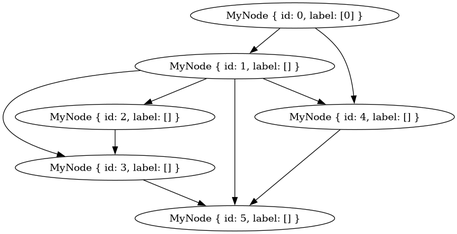
Earlier version of the Graphviz export dag_out.png (beiduqiu/CPOS-parallel-execution). Its source is kept beside it as dag_out.dot.
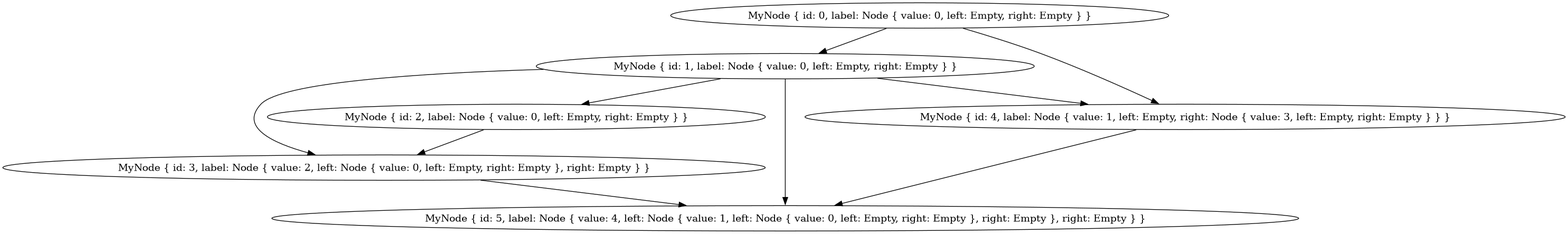
The same diagram one commit later.

Commit message:
Finish generate topological sort order with label and update label to be a binary tree

Diff of the diagram source:
```diff
@@ -1,10 +1,10 @@
 digraph {
-    0 [ label = "MyNode { id: 0, label: [0] }" ]
-    1 [ label = "MyNode { id: 1, label: [] }" ]
-    2 [ label = "MyNode { id: 2, label: [] }" ]
-    3 [ label = "MyNode { id: 3, label: [] }" ]
-    4 [ label = "MyNode { id: 4, label: [] }" ]
-    5 [ label = "MyNode { id: 5, label: [] }" ]
+    0 [ label = "MyNode { id: 0, label: Node { value: 0, left: Empty, right: Empty } }" ]
+    1 [ label = "MyNode { id: 1, label: Node { value: 0, left: Empty, right: Empty } }" ]
+    2 [ label = "MyNode { id: 2, label: Node { value: 0, left: Empty, right: Empty } }" ]
+    3 [ label = "MyNode { id: 3, label: Node { value: 2, left: Node { value: 0, left: Empty, right: Empty }, right: Empty } }" ]
+    4 [ label = "MyNode { id: 4, label: Node { value: 1, left: Empty, right: Node { value: 3, left: Empty, right: Empty } } }" ]
+    5 [ label = "MyNode { id: 5, label: Node { value: 4, left: Node { value: 1, left: Node { value: 0, left: Empty, right: Empty }, right: Empty }, right: Empty } }" ]
     0 -> 1 [ ]
     2 -> 3 [ ]
     1 -> 3 [ ]
```
